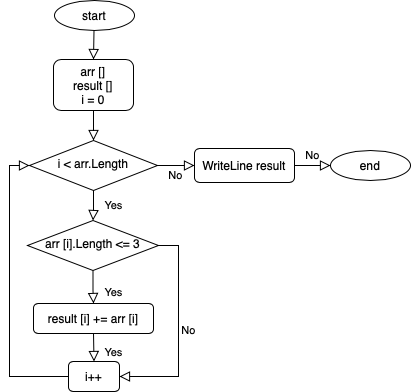
Above: FinalTest.drawio.png in ishchenko347/FinalTest (draw.io), before the change. Source tidied: cells renumbered, new cells last; positions are measured from the earlier drawing's top-left corner, leaving out a move shared by most shapes. Its diagram source:
```xml
<mxGraphModel>
  <root>
    <mxCell id="0" />
    <mxCell id="1" parent="0" />
    <mxCell id="2" style="rounded=0;html=1;jettySize=auto;fontSize=11;endArrow=block;endFill=0;endSize=8;strokeWidth=1;shadow=0;labelBackgroundColor=none;edgeStyle=orthogonalEdgeStyle;" parent="1" edge="1" source="3" target="6">
      <mxGeometry relative="1" as="geometry" />
    </mxCell>
    <mxCell id="3" value="arr []&lt;br&gt;result []&lt;br&gt;i = 0" style="rounded=1;whiteSpace=wrap;html=1;fontSize=12;glass=0;strokeWidth=1;shadow=0;" parent="1" vertex="1">
      <mxGeometry x="26" y="59" width="80" height="51" as="geometry" />
    </mxCell>
    <mxCell id="4" value="Yes" style="rounded=0;html=1;jettySize=auto;fontSize=11;endArrow=block;endFill=0;endSize=8;strokeWidth=1;shadow=0;labelBackgroundColor=none;edgeStyle=orthogonalEdgeStyle;" parent="1" edge="1" source="6" target="10">
      <mxGeometry y="20" relative="1" as="geometry" />
    </mxCell>
    <mxCell id="5" value="No" style="edgeStyle=orthogonalEdgeStyle;rounded=0;html=1;jettySize=auto;fontSize=11;endArrow=block;endFill=0;endSize=8;strokeWidth=1;shadow=0;labelBackgroundColor=none;" parent="1" edge="1" source="6" target="7">
      <mxGeometry y="10" relative="1" as="geometry" />
    </mxCell>
    <mxCell id="6" value="i &amp;lt; arr.Length" style="rhombus;whiteSpace=wrap;html=1;shadow=0;fontFamily=Helvetica;fontSize=12;align=center;strokeWidth=1;spacing=6;spacingTop=-4;" parent="1" vertex="1">
      <mxGeometry x="2" y="140" width="128" height="50" as="geometry" />
    </mxCell>
    <mxCell id="7" value="WriteLine result" style="rounded=1;whiteSpace=wrap;html=1;fontSize=12;glass=0;strokeWidth=1;shadow=0;" parent="1" vertex="1">
      <mxGeometry x="167" y="148" width="100" height="34" as="geometry" />
    </mxCell>
    <mxCell id="8" value="Yes" style="rounded=0;html=1;jettySize=auto;fontSize=11;endArrow=block;endFill=0;endSize=8;strokeWidth=1;shadow=0;labelBackgroundColor=none;edgeStyle=orthogonalEdgeStyle;" parent="1" edge="1" source="10" target="11">
      <mxGeometry x="0.33" y="20" relative="1" as="geometry" />
    </mxCell>
    <mxCell id="9" value="No" style="edgeStyle=orthogonalEdgeStyle;rounded=0;html=1;jettySize=auto;fontSize=11;endArrow=block;endFill=0;endSize=8;strokeWidth=1;shadow=0;labelBackgroundColor=none;entryX=1;entryY=0.5;entryDx=0;entryDy=0;exitX=1;exitY=0.5;exitDx=0;exitDy=0;" parent="1" edge="1" source="10" target="16">
      <mxGeometry y="10" relative="1" as="geometry" />
    </mxCell>
    <mxCell id="10" value="arr [i].Length &amp;lt;= 3" style="rhombus;whiteSpace=wrap;html=1;shadow=0;fontFamily=Helvetica;fontSize=12;align=center;strokeWidth=1;spacing=6;spacingTop=-4;" parent="1" vertex="1">
      <mxGeometry y="220" width="131" height="50" as="geometry" />
    </mxCell>
    <mxCell id="11" value="result [i] += arr [i]" style="rounded=1;whiteSpace=wrap;html=1;fontSize=12;glass=0;strokeWidth=1;shadow=0;" parent="1" vertex="1">
      <mxGeometry x="6" y="303" width="120" height="30" as="geometry" />
    </mxCell>
    <mxCell id="12" value="start" style="ellipse;whiteSpace=wrap;html=1;" parent="1" vertex="1">
      <mxGeometry x="27" width="80" height="30" as="geometry" />
    </mxCell>
    <mxCell id="13" style="rounded=0;html=1;jettySize=auto;fontSize=11;endArrow=block;endFill=0;endSize=8;strokeWidth=1;shadow=0;labelBackgroundColor=none;edgeStyle=orthogonalEdgeStyle;entryX=0.5;entryY=0;entryDx=0;entryDy=0;" parent="1" edge="1" target="3">
      <mxGeometry relative="1" as="geometry">
        <mxPoint x="66.5" y="30" as="sourcePoint" />
      </mxGeometry>
    </mxCell>
    <mxCell id="14" value="end" style="ellipse;whiteSpace=wrap;html=1;" parent="1" vertex="1">
      <mxGeometry x="303" y="150" width="80" height="30" as="geometry" />
    </mxCell>
    <mxCell id="15" value="No" style="edgeStyle=orthogonalEdgeStyle;rounded=0;html=1;jettySize=auto;fontSize=11;endArrow=block;endFill=0;endSize=8;strokeWidth=1;shadow=0;labelBackgroundColor=none;entryX=0;entryY=0.5;entryDx=0;entryDy=0;exitX=1;exitY=0.5;exitDx=0;exitDy=0;" parent="1" edge="1" source="7" target="14">
      <mxGeometry y="10" relative="1" as="geometry" />
    </mxCell>
    <mxCell id="16" value="i++" style="rounded=1;whiteSpace=wrap;html=1;fontSize=12;glass=0;strokeWidth=1;shadow=0;" parent="1" vertex="1">
      <mxGeometry x="41" y="361" width="51" height="30" as="geometry" />
    </mxCell>
    <mxCell id="17" value="Yes" style="rounded=0;html=1;jettySize=auto;fontSize=11;endArrow=block;endFill=0;endSize=8;strokeWidth=1;shadow=0;labelBackgroundColor=none;edgeStyle=orthogonalEdgeStyle;entryX=0.5;entryY=0;entryDx=0;entryDy=0;exitX=0.5;exitY=1;exitDx=0;exitDy=0;" parent="1" edge="1" source="11" target="16">
      <mxGeometry x="0.33" y="20" relative="1" as="geometry" />
    </mxCell>
    <mxCell id="18" style="edgeStyle=orthogonalEdgeStyle;rounded=0;html=1;jettySize=auto;fontSize=11;endArrow=block;endFill=0;endSize=8;strokeWidth=1;shadow=0;labelBackgroundColor=none;entryX=0;entryY=0.5;entryDx=0;entryDy=0;exitX=0;exitY=0.5;exitDx=0;exitDy=0;" parent="1" edge="1" source="16" target="6">
      <mxGeometry y="10" relative="1" as="geometry" />
    </mxCell>
  </root>
</mxGraphModel>
```
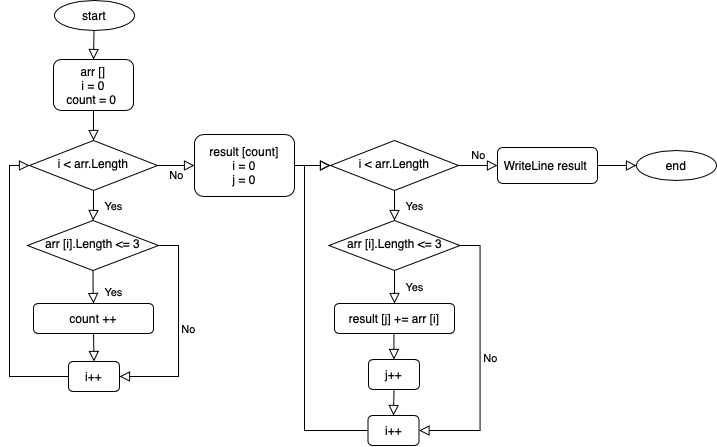
Later version of the same file.

The edit, as a diff of the source:
```diff
@@ -5,7 +5,7 @@
     <mxCell id="2" style="rounded=0;html=1;jettySize=auto;fontSize=11;endArrow=block;endFill=0;endSize=8;strokeWidth=1;shadow=0;labelBackgroundColor=none;edgeStyle=orthogonalEdgeStyle;" parent="1" edge="1" source="3" target="6">
       <mxGeometry relative="1" as="geometry" />
     </mxCell>
-    <mxCell id="3" value="arr []&lt;br&gt;result []&lt;br&gt;i = 0" style="rounded=1;whiteSpace=wrap;html=1;fontSize=12;glass=0;strokeWidth=1;shadow=0;" parent="1" vertex="1">
+    <mxCell id="3" value="arr []&lt;br&gt;i = 0&lt;br&gt;count = 0&amp;nbsp;" style="rounded=1;whiteSpace=wrap;html=1;fontSize=12;glass=0;strokeWidth=1;shadow=0;" parent="1" vertex="1">
       <mxGeometry x="26" y="59" width="80" height="51" as="geometry" />
     </mxCell>
     <mxCell id="4" value="Yes" style="rounded=0;html=1;jettySize=auto;fontSize=11;endArrow=block;endFill=0;endSize=8;strokeWidth=1;shadow=0;labelBackgroundColor=none;edgeStyle=orthogonalEdgeStyle;" parent="1" edge="1" source="6" target="10">
@@ -17,19 +17,19 @@
     <mxCell id="6" value="i &amp;lt; arr.Length" style="rhombus;whiteSpace=wrap;html=1;shadow=0;fontFamily=Helvetica;fontSize=12;align=center;strokeWidth=1;spacing=6;spacingTop=-4;" parent="1" vertex="1">
       <mxGeometry x="2" y="140" width="128" height="50" as="geometry" />
     </mxCell>
-    <mxCell id="7" value="WriteLine result" style="rounded=1;whiteSpace=wrap;html=1;fontSize=12;glass=0;strokeWidth=1;shadow=0;" parent="1" vertex="1">
-      <mxGeometry x="167" y="148" width="100" height="34" as="geometry" />
+    <mxCell id="7" value="result [count]&lt;br&gt;i = 0&lt;br&gt;j = 0" style="rounded=1;whiteSpace=wrap;html=1;fontSize=12;glass=0;strokeWidth=1;shadow=0;" parent="1" vertex="1">
+      <mxGeometry x="167" y="134" width="100" height="62" as="geometry" />
     </mxCell>
     <mxCell id="8" value="Yes" style="rounded=0;html=1;jettySize=auto;fontSize=11;endArrow=block;endFill=0;endSize=8;strokeWidth=1;shadow=0;labelBackgroundColor=none;edgeStyle=orthogonalEdgeStyle;" parent="1" edge="1" source="10" target="11">
       <mxGeometry x="0.33" y="20" relative="1" as="geometry" />
     </mxCell>
-    <mxCell id="9" value="No" style="edgeStyle=orthogonalEdgeStyle;rounded=0;html=1;jettySize=auto;fontSize=11;endArrow=block;endFill=0;endSize=8;strokeWidth=1;shadow=0;labelBackgroundColor=none;entryX=1;entryY=0.5;entryDx=0;entryDy=0;exitX=1;exitY=0.5;exitDx=0;exitDy=0;" parent="1" edge="1" source="10" target="16">
+    <mxCell id="9" value="No" style="edgeStyle=orthogonalEdgeStyle;rounded=0;html=1;jettySize=auto;fontSize=11;endArrow=block;endFill=0;endSize=8;strokeWidth=1;shadow=0;labelBackgroundColor=none;exitX=1;exitY=0.5;exitDx=0;exitDy=0;entryX=1;entryY=0.5;entryDx=0;entryDy=0;" parent="1" edge="1" source="10" target="16">
       <mxGeometry y="10" relative="1" as="geometry" />
     </mxCell>
     <mxCell id="10" value="arr [i].Length &amp;lt;= 3" style="rhombus;whiteSpace=wrap;html=1;shadow=0;fontFamily=Helvetica;fontSize=12;align=center;strokeWidth=1;spacing=6;spacingTop=-4;" parent="1" vertex="1">
       <mxGeometry y="220" width="131" height="50" as="geometry" />
     </mxCell>
-    <mxCell id="11" value="result [i] += arr [i]" style="rounded=1;whiteSpace=wrap;html=1;fontSize=12;glass=0;strokeWidth=1;shadow=0;" parent="1" vertex="1">
+    <mxCell id="11" value="count ++" style="rounded=1;whiteSpace=wrap;html=1;fontSize=12;glass=0;strokeWidth=1;shadow=0;" parent="1" vertex="1">
       <mxGeometry x="6" y="303" width="120" height="30" as="geometry" />
     </mxCell>
     <mxCell id="12" value="start" style="ellipse;whiteSpace=wrap;html=1;" parent="1" vertex="1">
@@ -40,20 +40,69 @@
         <mxPoint x="66.5" y="30" as="sourcePoint" />
       </mxGeometry>
     </mxCell>
-    <mxCell id="14" value="end" style="ellipse;whiteSpace=wrap;html=1;" parent="1" vertex="1">
-      <mxGeometry x="303" y="150" width="80" height="30" as="geometry" />
-    </mxCell>
-    <mxCell id="15" value="No" style="edgeStyle=orthogonalEdgeStyle;rounded=0;html=1;jettySize=auto;fontSize=11;endArrow=block;endFill=0;endSize=8;strokeWidth=1;shadow=0;labelBackgroundColor=none;entryX=0;entryY=0.5;entryDx=0;entryDy=0;exitX=1;exitY=0.5;exitDx=0;exitDy=0;" parent="1" edge="1" source="7" target="14">
+    <mxCell id="15" style="edgeStyle=orthogonalEdgeStyle;rounded=0;html=1;jettySize=auto;fontSize=11;endArrow=block;endFill=0;endSize=8;strokeWidth=1;shadow=0;labelBackgroundColor=none;entryX=0;entryY=0.5;entryDx=0;entryDy=0;exitX=1;exitY=0.5;exitDx=0;exitDy=0;" parent="1" edge="1" source="7" target="19">
       <mxGeometry y="10" relative="1" as="geometry" />
     </mxCell>
     <mxCell id="16" value="i++" style="rounded=1;whiteSpace=wrap;html=1;fontSize=12;glass=0;strokeWidth=1;shadow=0;" parent="1" vertex="1">
       <mxGeometry x="41" y="361" width="51" height="30" as="geometry" />
     </mxCell>
-    <mxCell id="17" value="Yes" style="rounded=0;html=1;jettySize=auto;fontSize=11;endArrow=block;endFill=0;endSize=8;strokeWidth=1;shadow=0;labelBackgroundColor=none;edgeStyle=orthogonalEdgeStyle;entryX=0.5;entryY=0;entryDx=0;entryDy=0;exitX=0.5;exitY=1;exitDx=0;exitDy=0;" parent="1" edge="1" source="11" target="16">
+    <mxCell id="17" style="rounded=0;html=1;jettySize=auto;fontSize=11;endArrow=block;endFill=0;endSize=8;strokeWidth=1;shadow=0;labelBackgroundColor=none;edgeStyle=orthogonalEdgeStyle;entryX=0.5;entryY=0;entryDx=0;entryDy=0;exitX=0.5;exitY=1;exitDx=0;exitDy=0;" parent="1" edge="1" source="11" target="16">
       <mxGeometry x="0.33" y="20" relative="1" as="geometry" />
     </mxCell>
     <mxCell id="18" style="edgeStyle=orthogonalEdgeStyle;rounded=0;html=1;jettySize=auto;fontSize=11;endArrow=block;endFill=0;endSize=8;strokeWidth=1;shadow=0;labelBackgroundColor=none;entryX=0;entryY=0.5;entryDx=0;entryDy=0;exitX=0;exitY=0.5;exitDx=0;exitDy=0;" parent="1" edge="1" source="16" target="6">
       <mxGeometry y="10" relative="1" as="geometry" />
     </mxCell>
+    <mxCell id="19" value="i &amp;lt; arr.Length" style="rhombus;whiteSpace=wrap;html=1;shadow=0;fontFamily=Helvetica;fontSize=12;align=center;strokeWidth=1;spacing=6;spacingTop=-4;" parent="1" vertex="1">
+      <mxGeometry x="303" y="140" width="128" height="50" as="geometry" />
+    </mxCell>
+    <mxCell id="20" value="arr [i].Length &amp;lt;= 3" style="rhombus;whiteSpace=wrap;html=1;shadow=0;fontFamily=Helvetica;fontSize=12;align=center;strokeWidth=1;spacing=6;spacingTop=-4;" parent="1" vertex="1">
+      <mxGeometry x="301.5" y="220" width="131" height="50" as="geometry" />
+    </mxCell>
+    <mxCell id="21" value="result [j] += arr [i]" style="rounded=1;whiteSpace=wrap;html=1;fontSize=12;glass=0;strokeWidth=1;shadow=0;" parent="1" vertex="1">
+      <mxGeometry x="307" y="303" width="120" height="30" as="geometry" />
+    </mxCell>
+    <mxCell id="22" value="i++" style="rounded=1;whiteSpace=wrap;html=1;fontSize=12;glass=0;strokeWidth=1;shadow=0;" parent="1" vertex="1">
+      <mxGeometry x="340.5" y="415" width="51" height="30" as="geometry" />
+    </mxCell>
+    <mxCell id="23" value="Yes" style="rounded=0;html=1;jettySize=auto;fontSize=11;endArrow=block;endFill=0;endSize=8;strokeWidth=1;shadow=0;labelBackgroundColor=none;edgeStyle=orthogonalEdgeStyle;exitX=0.5;exitY=1;exitDx=0;exitDy=0;entryX=0.5;entryY=0;entryDx=0;entryDy=0;" parent="1" edge="1" source="19" target="20">
+      <mxGeometry y="20" relative="1" as="geometry" />
+    </mxCell>
+    <mxCell id="24" value="Yes" style="rounded=0;html=1;jettySize=auto;fontSize=11;endArrow=block;endFill=0;endSize=8;strokeWidth=1;shadow=0;labelBackgroundColor=none;edgeStyle=orthogonalEdgeStyle;exitX=0.5;exitY=1;exitDx=0;exitDy=0;entryX=0.5;entryY=0;entryDx=0;entryDy=0;" parent="1" edge="1" source="20" target="21">
+      <mxGeometry y="20" relative="1" as="geometry" />
+    </mxCell>
+    <mxCell id="25" style="rounded=0;html=1;jettySize=auto;fontSize=11;endArrow=block;endFill=0;endSize=8;strokeWidth=1;shadow=0;labelBackgroundColor=none;edgeStyle=orthogonalEdgeStyle;exitX=0.5;exitY=1;exitDx=0;exitDy=0;entryX=0.5;entryY=0;entryDx=0;entryDy=0;" parent="1" edge="1" target="28">
+      <mxGeometry y="20" relative="1" as="geometry">
+        <mxPoint x="364" y="333" as="sourcePoint" />
+      </mxGeometry>
+    </mxCell>
+    <mxCell id="26" value="No" style="edgeStyle=orthogonalEdgeStyle;rounded=0;html=1;jettySize=auto;fontSize=11;endArrow=block;endFill=0;endSize=8;strokeWidth=1;shadow=0;labelBackgroundColor=none;exitX=1;exitY=0.5;exitDx=0;exitDy=0;entryX=1;entryY=0.5;entryDx=0;entryDy=0;" parent="1" edge="1" source="20" target="22">
+      <mxGeometry y="10" relative="1" as="geometry" />
+    </mxCell>
+    <mxCell id="27" style="edgeStyle=orthogonalEdgeStyle;rounded=0;html=1;jettySize=auto;fontSize=11;endArrow=block;endFill=0;endSize=8;strokeWidth=1;shadow=0;labelBackgroundColor=none;entryX=0;entryY=0.5;entryDx=0;entryDy=0;exitX=0;exitY=0.5;exitDx=0;exitDy=0;" parent="1" edge="1" source="22" target="19">
+      <mxGeometry y="10" relative="1" as="geometry">
+        <Array as="points">
+          <mxPoint x="277" y="430" />
+          <mxPoint x="277" y="165" />
+        </Array>
+      </mxGeometry>
+    </mxCell>
+    <mxCell id="28" value="j++" style="rounded=1;whiteSpace=wrap;html=1;fontSize=12;glass=0;strokeWidth=1;shadow=0;" parent="1" vertex="1">
+      <mxGeometry x="341" y="359" width="51" height="30" as="geometry" />
+    </mxCell>
+    <mxCell id="29" style="rounded=0;html=1;jettySize=auto;fontSize=11;endArrow=block;endFill=0;endSize=8;strokeWidth=1;shadow=0;labelBackgroundColor=none;edgeStyle=orthogonalEdgeStyle;entryX=0.5;entryY=0;entryDx=0;entryDy=0;exitX=0.5;exitY=1;exitDx=0;exitDy=0;" parent="1" edge="1" source="28" target="22">
+      <mxGeometry y="20" relative="1" as="geometry" />
+    </mxCell>
+    <mxCell id="30" value="No" style="edgeStyle=orthogonalEdgeStyle;rounded=0;html=1;jettySize=auto;fontSize=11;endArrow=block;endFill=0;endSize=8;strokeWidth=1;shadow=0;labelBackgroundColor=none;exitX=1;exitY=0.5;exitDx=0;exitDy=0;entryX=0;entryY=0.5;entryDx=0;entryDy=0;" parent="1" edge="1" source="19" target="31">
+      <mxGeometry y="10" relative="1" as="geometry" />
+    </mxCell>
+    <mxCell id="31" value="WriteLine result&amp;nbsp;" style="rounded=1;whiteSpace=wrap;html=1;fontSize=12;glass=0;strokeWidth=1;shadow=0;" parent="1" vertex="1">
+      <mxGeometry x="470" y="147" width="100" height="36" as="geometry" />
+    </mxCell>
+    <mxCell id="14" value="end" style="ellipse;whiteSpace=wrap;html=1;" parent="1" vertex="1">
+      <mxGeometry x="609" y="150" width="80" height="30" as="geometry" />
+    </mxCell>
+    <mxCell id="32" style="edgeStyle=orthogonalEdgeStyle;rounded=0;html=1;jettySize=auto;fontSize=11;endArrow=block;endFill=0;endSize=8;strokeWidth=1;shadow=0;labelBackgroundColor=none;exitX=1;exitY=0.5;exitDx=0;exitDy=0;entryX=0;entryY=0.5;entryDx=0;entryDy=0;" parent="1" edge="1" source="31" target="14">
+      <mxGeometry y="10" relative="1" as="geometry" />
+    </mxCell>
   </root>
 </mxGraphModel>
```
